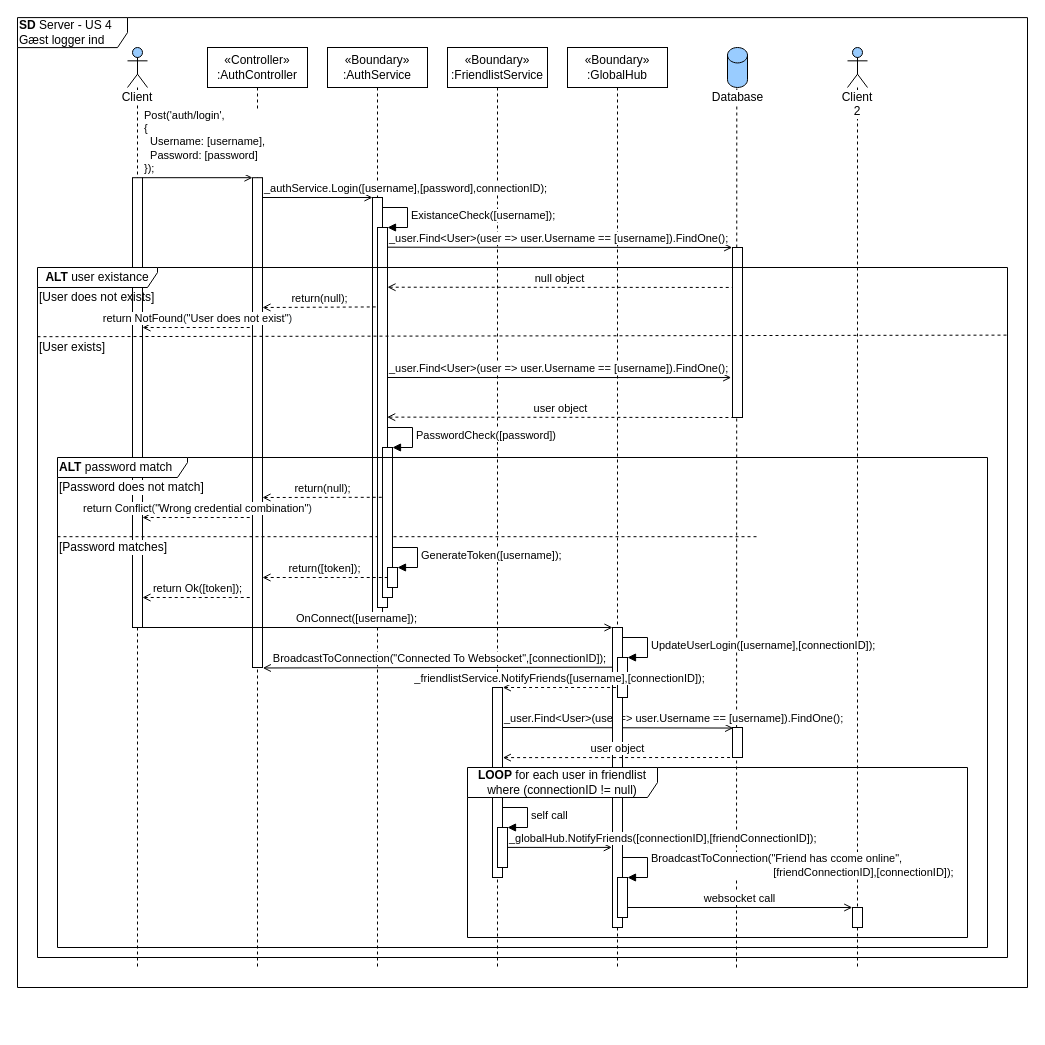
This is page "SD-Server" (2 of 2) of diagrams/arkitektur/US4_login.drawio from Macradon/I7BAC-PlugNPlay, a draw.io file, before an edit. Source tidied: cells renumbered, new cells numbered last; positions are measured from the earlier drawing's top-left corner, leaving out a move shared by most shapes. Both pictures are drawn from the tidied source at 100%, with x=0, y=0 at pixel (17, 17).
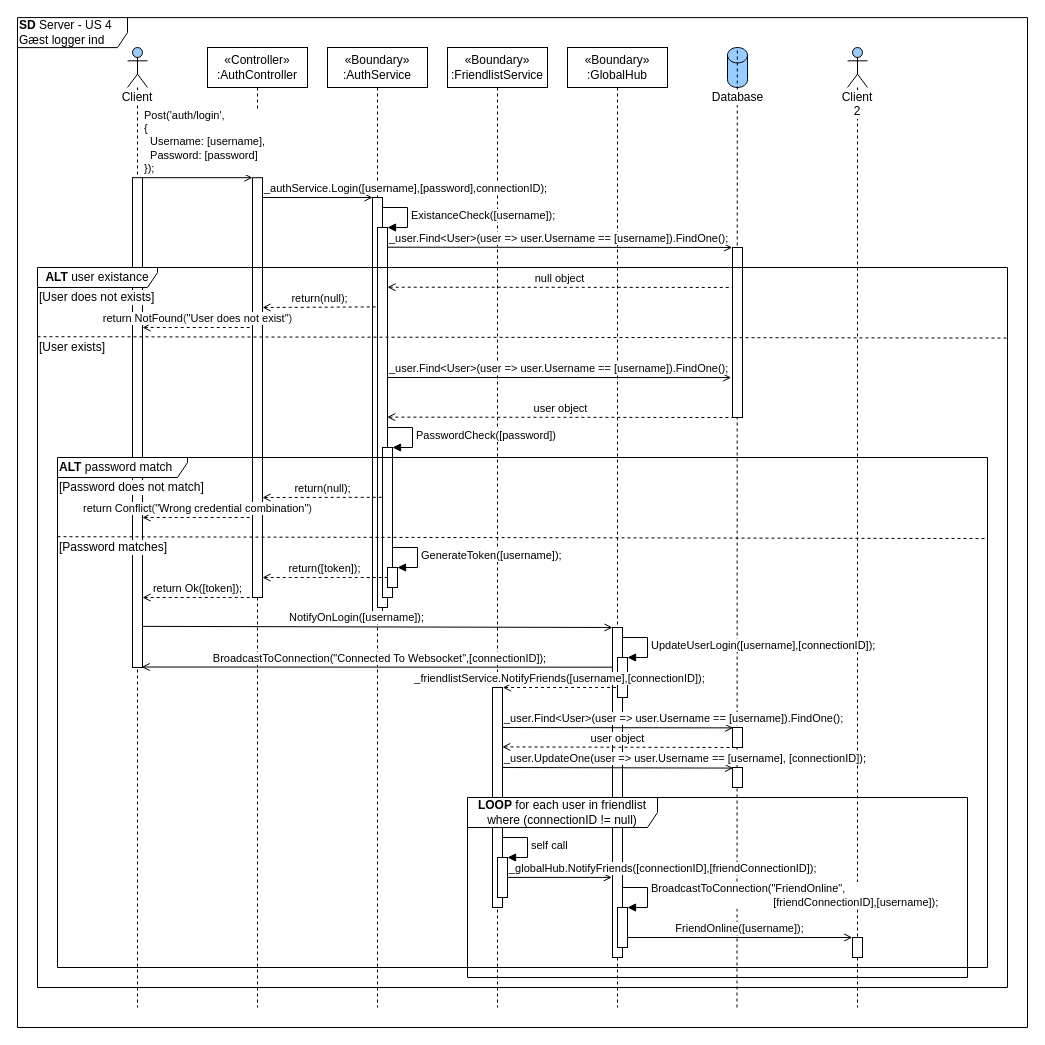
The same page after the edit.

The edit, as a diff of the source:
```diff
@@
     <mxCell id="2" value="&lt;b&gt;SD&lt;/b&gt;&amp;nbsp;Server&amp;nbsp;- US 4&lt;br&gt;Gæst logger ind" style="shape=umlFrame;whiteSpace=wrap;html=1;labelBackgroundColor=none;align=left;width=110;height=30;" parent="1" vertex="1">
-      <mxGeometry y="0.1" width="1010" height="969.9" as="geometry" />
+      <mxGeometry y="0.1" width="1010" height="1009.9" as="geometry" />
     </mxCell>
     <mxCell id="3" value="Client" style="shape=umlLifeline;participant=umlActor;perimeter=lifelinePerimeter;whiteSpace=wrap;html=1;verticalAlign=top;spacingTop=36;labelBackgroundColor=#ffffff;fillColor=#99CCFF;align=center;" parent="1" vertex="1">
-      <mxGeometry x="110" y="30" width="20" height="920" as="geometry" />
+      <mxGeometry x="110" y="30" width="20" height="960" as="geometry" />
     </mxCell>
     <mxCell id="4" value="«Controller»&lt;br&gt;:AuthController" style="shape=umlLifeline;perimeter=lifelinePerimeter;whiteSpace=wrap;html=1;labelBackgroundColor=#ffffff;" parent="1" vertex="1">
-      <mxGeometry x="190" y="30" width="100" height="920" as="geometry" />
+      <mxGeometry x="190" y="30" width="100" height="960" as="geometry" />
     </mxCell>
     <mxCell id="5" value="«Boundary»&lt;br&gt;:AuthService" style="shape=umlLifeline;perimeter=lifelinePerimeter;whiteSpace=wrap;html=1;labelBackgroundColor=#ffffff;" parent="1" vertex="1">
-      <mxGeometry x="310" y="30" width="100" height="920" as="geometry" />
+      <mxGeometry x="310" y="30" width="100" height="960" as="geometry" />
     </mxCell>
@@
     <mxCell id="7" style="endArrow=none;dashed=1;html=1;" parent="1" edge="1">
       <mxGeometry relative="1" as="geometry">
-        <mxPoint x="719" y="950" as="sourcePoint" />
-        <mxPoint x="719.3" y="70" as="targetPoint" />
+        <mxPoint x="719.5" y="990" as="sourcePoint" />
+        <mxPoint x="719.8" y="30" as="targetPoint" />
       </mxGeometry>
     </mxCell>
@@
     <mxCell id="9" value="«Boundary»&lt;br&gt;:FriendlistService" style="shape=umlLifeline;perimeter=lifelinePerimeter;whiteSpace=wrap;html=1;labelBackgroundColor=#ffffff;" parent="1" vertex="1">
-      <mxGeometry x="430" y="30" width="100" height="920" as="geometry" />
+      <mxGeometry x="430" y="30" width="100" height="960" as="geometry" />
     </mxCell>
     <mxCell id="10" value="«Boundary»&lt;br&gt;:GlobalHub" style="shape=umlLifeline;perimeter=lifelinePerimeter;whiteSpace=wrap;html=1;labelBackgroundColor=#ffffff;" parent="1" vertex="1">
-      <mxGeometry x="550" y="30" width="100" height="920" as="geometry" />
+      <mxGeometry x="550" y="30" width="100" height="960" as="geometry" />
     </mxCell>
@@
-    <mxCell id="15" value="[User exists]" style="text;html=1;align=left;verticalAlign=middle;" parent="1" vertex="1">
+    <mxCell id="15" value="[User exists]" style="text;html=1;align=left;verticalAlign=middle;labelBackgroundColor=#ffffff;" parent="1" vertex="1">
       <mxGeometry x="20" y="320.2" width="80" height="20" as="geometry" />
     </mxCell>
@@
     <mxCell id="17" value="Client 2" style="shape=umlLifeline;participant=umlActor;perimeter=lifelinePerimeter;whiteSpace=wrap;html=1;verticalAlign=top;spacingTop=36;labelBackgroundColor=#ffffff;fillColor=#99CCFF;align=center;" parent="1" vertex="1">
-      <mxGeometry x="830" y="30" width="20" height="920" as="geometry" />
+      <mxGeometry x="830" y="30" width="20" height="960" as="geometry" />
     </mxCell>
@@
-    <mxCell id="19" value="BroadcastToConnection(&quot;Connected To Websocket&quot;,[connectionID]);" style="html=1;verticalAlign=bottom;endArrow=none;endFill=0;align=center;startArrow=open;startFill=0;exitX=1.033;exitY=1.001;exitDx=0;exitDy=0;exitPerimeter=0;" parent="1" edge="1" source="25">
+    <mxCell id="19" value="BroadcastToConnection(&quot;Connected To Websocket&quot;,[connectionID]);" style="html=1;verticalAlign=bottom;endArrow=none;endFill=0;align=center;startArrow=open;startFill=0;exitX=0.914;exitY=0.999;exitDx=0;exitDy=0;exitPerimeter=0;" parent="1" edge="1" source="24">
       <mxGeometry relative="1" as="geometry">
         <mxPoint x="600" y="649.7" as="targetPoint" />
       </mxGeometry>
     </mxCell>
-    <mxCell id="20" value="_user.Find&amp;lt;User&amp;gt;(user =&amp;gt; user.Username == [username]).FindOne();" style="html=1;verticalAlign=bottom;endArrow=open;endFill=0;align=left;entryX=0.064;entryY=0.019;entryDx=0;entryDy=0;entryPerimeter=0;" parent="1" edge="1" target="31">
-      <mxGeometry x="-1" relative="1" as="geometry">
-        <mxPoint x="485" y="710" as="sourcePoint" />
-      </mxGeometry>
-    </mxCell>
     <mxCell id="21" value="self call" style="edgeStyle=orthogonalEdgeStyle;html=1;align=left;spacingLeft=2;endArrow=block;rounded=0;entryX=1;entryY=0;" parent="1" edge="1" target="52">
       <mxGeometry relative="1" as="geometry">
-        <mxPoint x="485" y="790" as="sourcePoint" />
+        <mxPoint x="485" y="820" as="sourcePoint" />
         <Array as="points">
-          <mxPoint x="510" y="790" />
+          <mxPoint x="510" y="820" />
         </Array>
       </mxGeometry>
     </mxCell>
-    <mxCell id="22" value="BroadcastToConnection(&quot;Friend has ccome online&quot;,&lt;br&gt;&amp;nbsp; &amp;nbsp; &amp;nbsp; &amp;nbsp; &amp;nbsp; &amp;nbsp; &amp;nbsp; &amp;nbsp; &amp;nbsp; &amp;nbsp; &amp;nbsp; &amp;nbsp; &amp;nbsp; &amp;nbsp; &amp;nbsp; &amp;nbsp; &amp;nbsp; &amp;nbsp; &amp;nbsp; &amp;nbsp; [friendConnectionID],[connectionID]);" style="edgeStyle=orthogonalEdgeStyle;html=1;align=left;spacingLeft=2;endArrow=block;rounded=0;entryX=1;entryY=0;" parent="1" edge="1" target="51">
+    <mxCell id="22" value="BroadcastToConnection(&quot;FriendOnline&quot;,&lt;br&gt;&amp;nbsp; &amp;nbsp; &amp;nbsp; &amp;nbsp; &amp;nbsp; &amp;nbsp; &amp;nbsp; &amp;nbsp; &amp;nbsp; &amp;nbsp; &amp;nbsp; &amp;nbsp; &amp;nbsp; &amp;nbsp; &amp;nbsp; &amp;nbsp; &amp;nbsp; &amp;nbsp; &amp;nbsp; &amp;nbsp; [friendConnectionID],[username]);" style="edgeStyle=orthogonalEdgeStyle;html=1;align=left;spacingLeft=2;endArrow=block;rounded=0;entryX=1;entryY=0;" parent="1" edge="1" target="51">
       <mxGeometry relative="1" as="geometry">
-        <mxPoint x="605" y="840" as="sourcePoint" />
+        <mxPoint x="605" y="870" as="sourcePoint" />
         <Array as="points">
-          <mxPoint x="630" y="840" />
+          <mxPoint x="630" y="870" />
         </Array>
       </mxGeometry>
     </mxCell>
-    <mxCell id="23" value="websocket call" style="html=1;verticalAlign=bottom;endArrow=open;endFill=0;align=center;entryX=-0.021;entryY=0;entryDx=0;entryDy=0;entryPerimeter=0;" parent="1" edge="1" target="30">
+    <mxCell id="23" value="FriendOnline([username]);" style="html=1;verticalAlign=bottom;endArrow=open;endFill=0;align=center;entryX=-0.021;entryY=0;entryDx=0;entryDy=0;entryPerimeter=0;" parent="1" edge="1" target="30">
       <mxGeometry relative="1" as="geometry">
-        <mxPoint x="610" y="890" as="sourcePoint" />
+        <mxPoint x="610" y="920" as="sourcePoint" />
       </mxGeometry>
     </mxCell>
     <mxCell id="24" style="html=1;points=[];perimeter=orthogonalPerimeter;labelBackgroundColor=#ffffff;" parent="1" vertex="1">
-      <mxGeometry x="115" y="160.2" width="10" height="449.8" as="geometry" />
+      <mxGeometry x="115" y="160.2" width="10" height="489.8" as="geometry" />
     </mxCell>
     <mxCell id="25" style="html=1;points=[];perimeter=orthogonalPerimeter;labelBackgroundColor=#ffffff;" parent="1" vertex="1">
-      <mxGeometry x="235" y="160.2" width="10" height="489.8" as="geometry" />
+      <mxGeometry x="235" y="160.2" width="10" height="419.8" as="geometry" />
     </mxCell>
@@
     <mxCell id="27" style="html=1;points=[];perimeter=orthogonalPerimeter;labelBackgroundColor=#ffffff;" parent="1" vertex="1">
-      <mxGeometry x="475" y="670" width="10" height="190" as="geometry" />
+      <mxGeometry x="475" y="670" width="10" height="220" as="geometry" />
     </mxCell>
     <mxCell id="28" style="html=1;points=[];perimeter=orthogonalPerimeter;labelBackgroundColor=#ffffff;" parent="1" vertex="1">
-      <mxGeometry x="595" y="610" width="10" height="300" as="geometry" />
+      <mxGeometry x="595" y="610" width="10" height="330" as="geometry" />
     </mxCell>
@@
     <mxCell id="30" style="html=1;points=[];perimeter=orthogonalPerimeter;labelBackgroundColor=#ffffff;" parent="1" vertex="1">
-      <mxGeometry x="835" y="890" width="10" height="20" as="geometry" />
+      <mxGeometry x="835" y="920" width="10" height="20" as="geometry" />
     </mxCell>
     <mxCell id="31" style="html=1;points=[];perimeter=orthogonalPerimeter;labelBackgroundColor=#ffffff;" parent="1" vertex="1">
-      <mxGeometry x="715" y="710" width="10" height="30" as="geometry" />
+      <mxGeometry x="715" y="710" width="10" height="20" as="geometry" />
     </mxCell>
@@
-    <mxCell id="37" style="endArrow=none;dashed=1;html=1;align=center;" parent="1" edge="1">
-      <mxGeometry relative="1" as="geometry">
-        <mxPoint x="40" y="519.2" as="sourcePoint" />
-        <mxPoint x="740" y="519.2" as="targetPoint" />
-      </mxGeometry>
-    </mxCell>
@@
-    <mxCell id="39" value="OnConnect([username]);" style="html=1;verticalAlign=bottom;endArrow=open;endFill=0;align=center;exitX=1.019;exitY=1;exitDx=0;exitDy=0;exitPerimeter=0;entryX=0;entryY=0;entryDx=0;entryDy=0;entryPerimeter=0;" parent="1" edge="1" source="24" target="28">
+    <mxCell id="39" value="NotifyOnLogin([username]);" style="html=1;verticalAlign=bottom;endArrow=open;endFill=0;align=center;exitX=1;exitY=0.916;exitDx=0;exitDy=0;exitPerimeter=0;entryX=0;entryY=0;entryDx=0;entryDy=0;entryPerimeter=0;" parent="1" edge="1" source="24" target="28">
       <mxGeometry x="-0.09" relative="1" as="geometry" />
     </mxCell>
@@
     <mxCell id="51" style="html=1;points=[];perimeter=orthogonalPerimeter;" parent="1" vertex="1">
-      <mxGeometry x="600" y="860" width="10" height="40" as="geometry" />
+      <mxGeometry x="600" y="890" width="10" height="40" as="geometry" />
     </mxCell>
     <mxCell id="52" style="html=1;points=[];perimeter=orthogonalPerimeter;" parent="1" vertex="1">
-      <mxGeometry x="480" y="810" width="10" height="40" as="geometry" />
+      <mxGeometry x="480" y="840" width="10" height="40" as="geometry" />
     </mxCell>
@@
-    <mxCell id="54" value="user object" style="html=1;verticalAlign=bottom;endArrow=none;endFill=0;align=center;startArrow=open;startFill=0;dashed=1;exitX=1.035;exitY=0.369;exitDx=0;exitDy=0;exitPerimeter=0;" parent="1" edge="1" source="27">
+    <mxCell id="54" value="user object" style="html=1;verticalAlign=bottom;endArrow=none;endFill=0;align=center;startArrow=open;startFill=0;dashed=1;exitX=0.977;exitY=0.27;exitDx=0;exitDy=0;exitPerimeter=0;" parent="1" edge="1" source="27">
       <mxGeometry relative="1" as="geometry">
-        <mxPoint x="715" y="740" as="targetPoint" />
+        <mxPoint x="715" y="730" as="targetPoint" />
       </mxGeometry>
     </mxCell>
-    <mxCell id="55" value="_globalHub.NotifyFriends([connectionID],[friendConnectionID]);" style="html=1;verticalAlign=bottom;endArrow=open;endFill=0;align=left;entryX=-0.067;entryY=0.733;entryDx=0;entryDy=0;entryPerimeter=0;" parent="1" edge="1" target="28">
+    <mxCell id="55" value="_globalHub.NotifyFriends([connectionID],[friendConnectionID]);" style="html=1;verticalAlign=bottom;endArrow=open;endFill=0;align=left;entryX=-0.067;entryY=0.733;entryDx=0;entryDy=0;entryPerimeter=0;" parent="1" edge="1">
       <mxGeometry x="-1" relative="1" as="geometry">
-        <mxPoint x="490" y="829.9" as="sourcePoint" />
+        <mxPoint x="490" y="859.9" as="sourcePoint" />
+        <mxPoint x="594.3" y="859.9" as="targetPoint" />
       </mxGeometry>
     </mxCell>
+    <mxCell id="58" value="[User does not exists]" style="text;html=1;align=left;verticalAlign=middle;labelBackgroundColor=#ffffff;" parent="1" vertex="1">
+      <mxGeometry x="20" y="270" width="130" height="20" as="geometry" />
+    </mxCell>
+    <mxCell id="20" value="_user.Find&amp;lt;User&amp;gt;(user =&amp;gt; user.Username == [username]).FindOne();" style="html=1;verticalAlign=bottom;endArrow=open;endFill=0;align=left;entryX=0.064;entryY=0.019;entryDx=0;entryDy=0;entryPerimeter=0;" parent="1" edge="1" target="31">
+      <mxGeometry x="-1" relative="1" as="geometry">
+        <mxPoint x="485" y="710" as="sourcePoint" />
+      </mxGeometry>
+    </mxCell>
+    <mxCell id="60" value="_user.UpdateOne(user =&amp;gt; user.Username == [username], [connectionID]);" style="html=1;verticalAlign=bottom;endArrow=open;endFill=0;align=left;entryX=0.064;entryY=0.019;entryDx=0;entryDy=0;entryPerimeter=0;" parent="1" edge="1">
+      <mxGeometry x="-1" relative="1" as="geometry">
+        <mxPoint x="485" y="750" as="sourcePoint" />
+        <mxPoint x="715.6" y="750.6" as="targetPoint" />
+      </mxGeometry>
+    </mxCell>
+    <mxCell id="61" style="html=1;perimeter=orthogonalPerimeter;labelBackgroundColor=#ffffff;" parent="1" vertex="1">
+      <mxGeometry x="715" y="750" width="10" height="20" as="geometry" />
+    </mxCell>
     <mxCell id="56" value="&lt;b&gt;LOOP&lt;/b&gt;&amp;nbsp;for each user in friendlist where (connectionID != null)" style="shape=umlFrame;whiteSpace=wrap;html=1;width=190;height=30;" parent="1" vertex="1">
-      <mxGeometry x="450" y="750" width="500" height="170" as="geometry" />
+      <mxGeometry x="450" y="780" width="500" height="180" as="geometry" />
     </mxCell>
+    <mxCell id="37" style="endArrow=none;dashed=1;html=1;align=center;entryX=1;entryY=0.159;entryDx=0;entryDy=0;entryPerimeter=0;" parent="1" edge="1" target="57">
+      <mxGeometry relative="1" as="geometry">
+        <mxPoint x="40" y="519.2" as="sourcePoint" />
+      </mxGeometry>
+    </mxCell>
     <mxCell id="57" value="&lt;b&gt;ALT &lt;/b&gt;password match&lt;span style=&quot;color: rgba(0 , 0 , 0 , 0) ; font-family: monospace ; font-size: 0px&quot;&gt;%3CmxGraphModel%3E%3Croot%3E%3CmxCell%20id%3D%220%22%2F%3E%3CmxCell%20id%3D%221%22%20parent%3D%220%22%2F%3E%3CmxCell%20id%3D%222%22%20value%3D%22return(false)%3B%22%20style%3D%22html%3D1%3BverticalAlign%3Dbottom%3BendArrow%3Dnone%3BendFill%3D0%3Balign%3Dcenter%3BstartArrow%3Dopen%3BstartFill%3D0%3Bdashed%3D1%3B%22%20edge%3D%221%22%20parent%3D%221%22%3E%3CmxGeometry%20width%3D%2280%22%20relative%3D%221%22%20as%3D%22geometry%22%3E%3CmxPoint%20x%3D%22165%22%20y%3D%22240%22%20as%3D%22sourcePoint%22%2F%3E%3CmxPoint%20x%3D%22275%22%20y%3D%22240%22%20as%3D%22targetPoint%22%2F%3E%3CmxPoint%20as%3D%22offset%22%2F%3E%3C%2FmxGeometry%3E%3C%2FmxCell%3E%3C%2Froot%3E%3C%2FmxGraphModel%3E pa&lt;b&gt;&amp;nbsp;pa&amp;nbsp;&lt;/b&gt;&lt;/span&gt;" style="shape=umlFrame;whiteSpace=wrap;html=1;align=left;width=130;height=20;" parent="1" vertex="1">
-      <mxGeometry x="40" y="440" width="930" height="490" as="geometry" />
+      <mxGeometry x="40" y="440" width="930" height="510" as="geometry" />
     </mxCell>
-    <mxCell id="58" value="[User does not exists]" style="text;html=1;align=left;verticalAlign=middle;" parent="1" vertex="1">
-      <mxGeometry x="20" y="270" width="130" height="20" as="geometry" />
-    </mxCell>
     <mxCell id="59" value="&lt;b&gt;ALT&lt;/b&gt; user existance" style="shape=umlFrame;whiteSpace=wrap;html=1;width=120;height=20;labelBackgroundColor=#ffffff;" parent="1" vertex="1">
-      <mxGeometry x="20" y="250" width="970" height="690" as="geometry" />
+      <mxGeometry x="20" y="250" width="970" height="720" as="geometry" />
     </mxCell>
```
